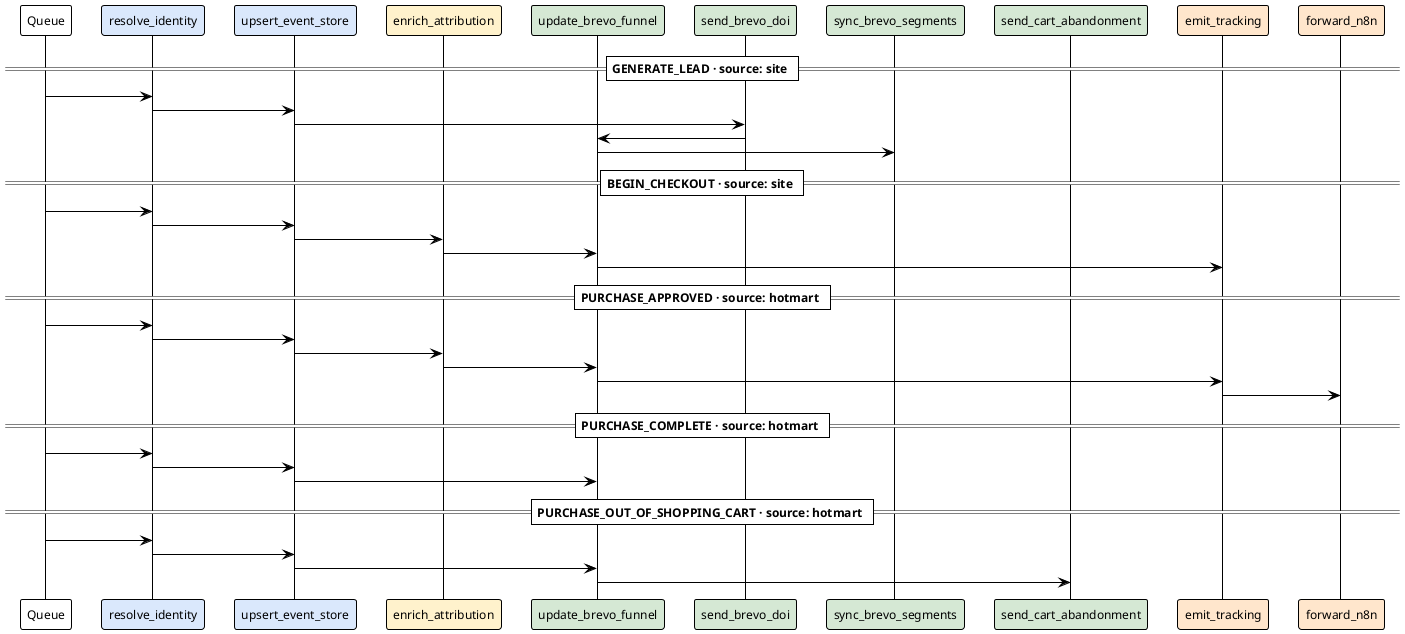
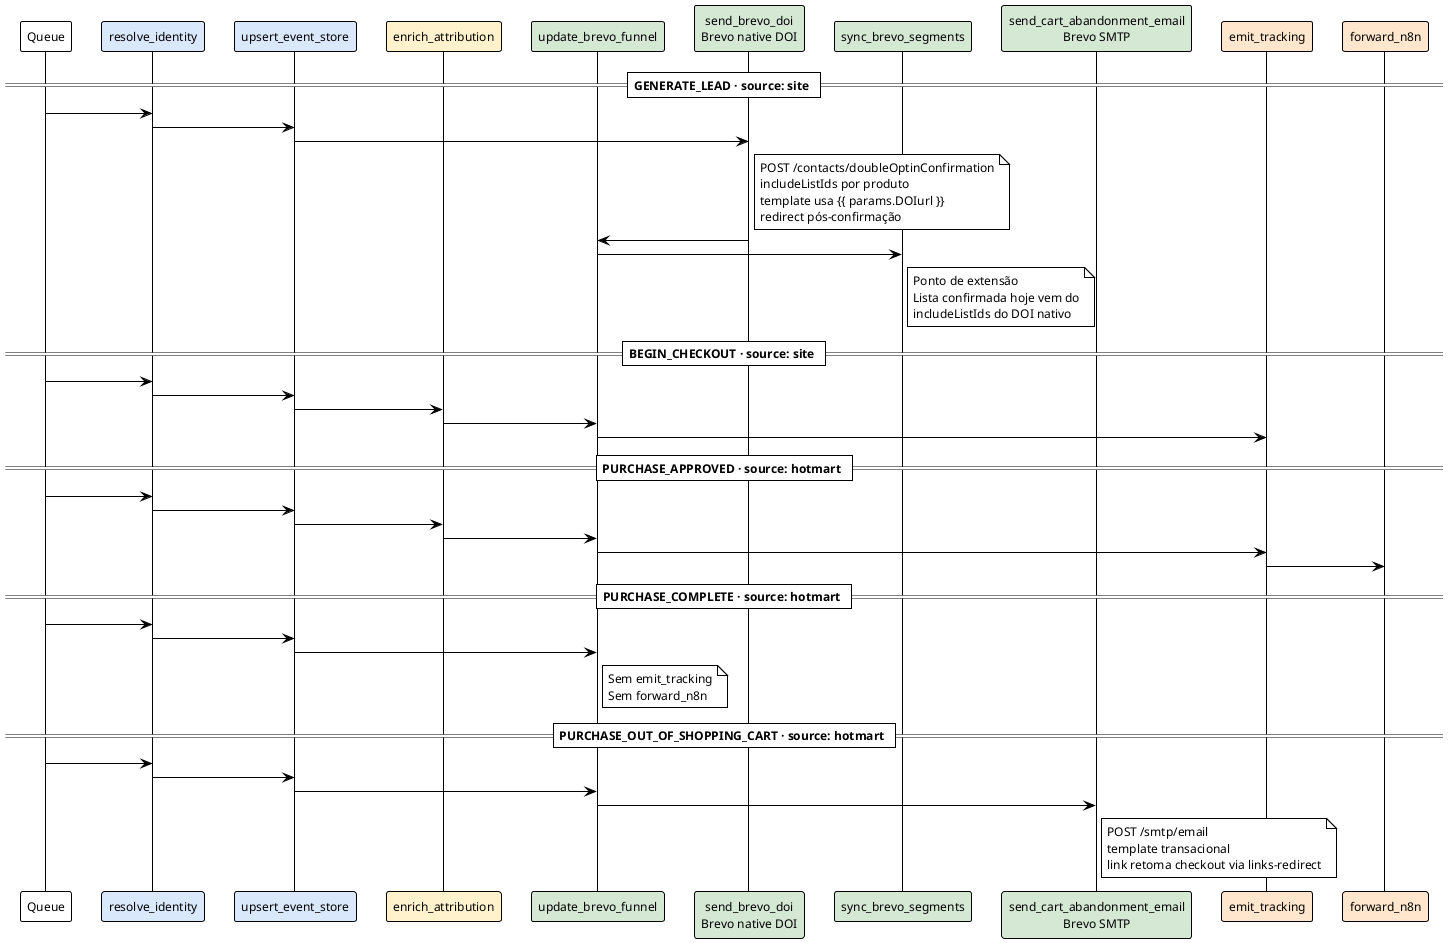
@startuml chains-handlers
!theme plain
skinparam sequenceMessageAlign center
skinparam sequenceBoxBackgroundColor #F5F5F5
skinparam backgroundColor #FFFFFF
skinparam defaultFontSize 12

participant "Queue" as Q
participant "resolve_identity" as RI #DAE8FC
participant "upsert_event_store" as US #DAE8FC
participant "enrich_attribution" as EA #FFF2CC
participant "update_brevo_funnel" as UB #D5E8D4
- participant "send_brevo_doi" as SB #D5E8D4
+ participant "send_brevo_doi\nBrevo native DOI" as SB #D5E8D4
participant "sync_brevo_segments" as SS #D5E8D4
- participant "send_cart_abandonment" as SC #D5E8D4
+ participant "send_cart_abandonment_email\nBrevo SMTP" as SC #D5E8D4
participant "emit_tracking" as ET #FFE6CC
participant "forward_n8n" as FN #FFE6CC

== GENERATE_LEAD · source: site ==

Q -> RI
RI -> US
US -> SB
+ note right of SB
+   POST /contacts/doubleOptinConfirmation
+   includeListIds por produto
+   template usa {{ params.DOIurl }}
+   redirect pós-confirmação
+ end note
SB -> UB
UB -> SS
+ note right of SS
+   Ponto de extensão
+   Lista confirmada hoje vem do
+   includeListIds do DOI nativo
+ end note

== BEGIN_CHECKOUT · source: site ==

Q -> RI
RI -> US
US -> EA
EA -> UB
UB -> ET

== PURCHASE_APPROVED · source: hotmart ==

Q -> RI
RI -> US
US -> EA
EA -> UB
UB -> ET
ET -> FN

== PURCHASE_COMPLETE · source: hotmart ==

Q -> RI
RI -> US
US -> UB
+ note right of UB
+   Sem emit_tracking
+   Sem forward_n8n
+ end note

== PURCHASE_OUT_OF_SHOPPING_CART · source: hotmart ==

Q -> RI
RI -> US
US -> UB
UB -> SC
+ note right of SC
+   POST /smtp/email
+   template transacional
+   link retoma checkout via links-redirect
+ end note

@enduml
